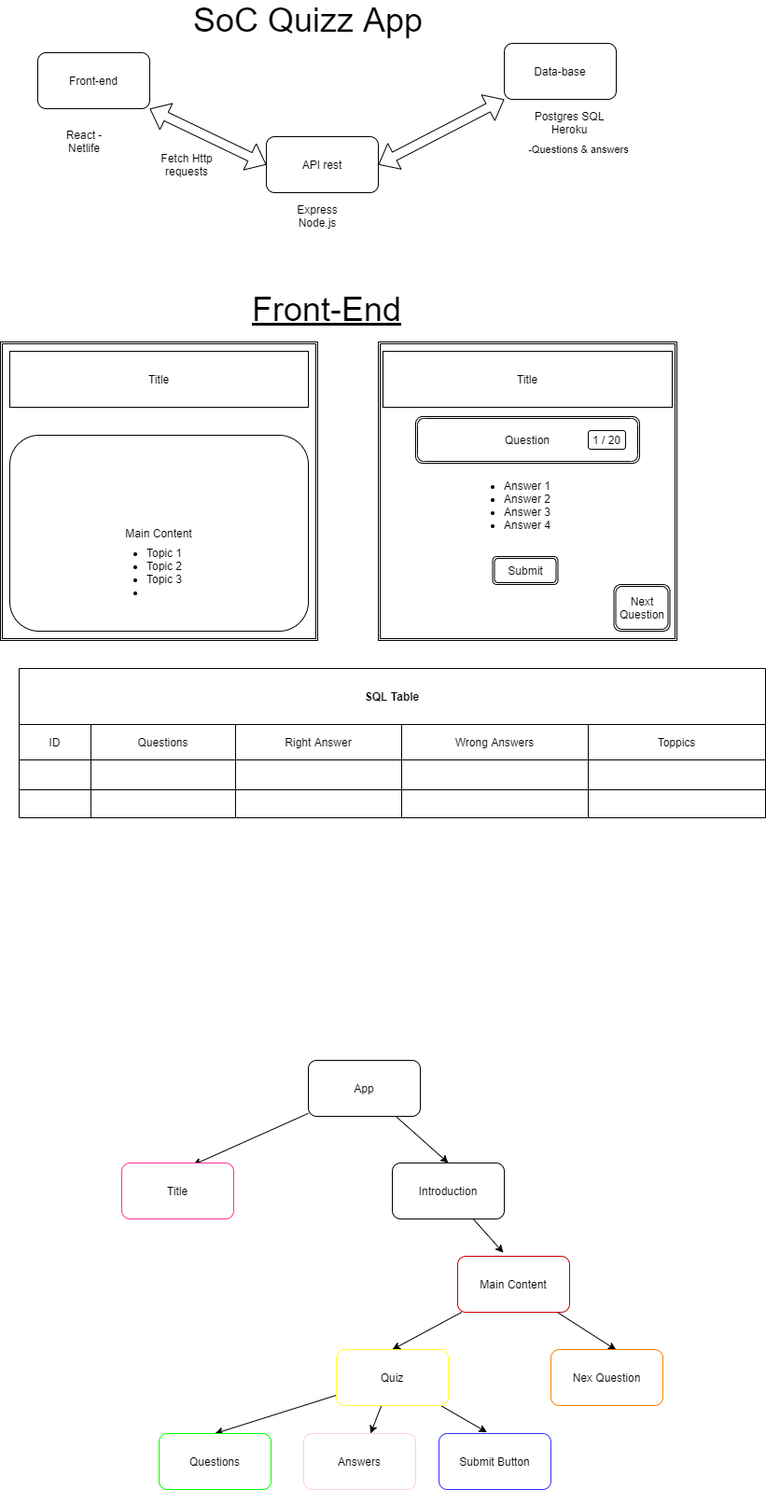
Before: Quizz-diagram.drawio.png, a diagram exported from draw.io (SchoolOfCode/national-project-week-repo-2-the-room-23). Source tidied: cells renumbered, new cells last; positions are measured from the earlier drawing's top-left corner, leaving out a move shared by most shapes.
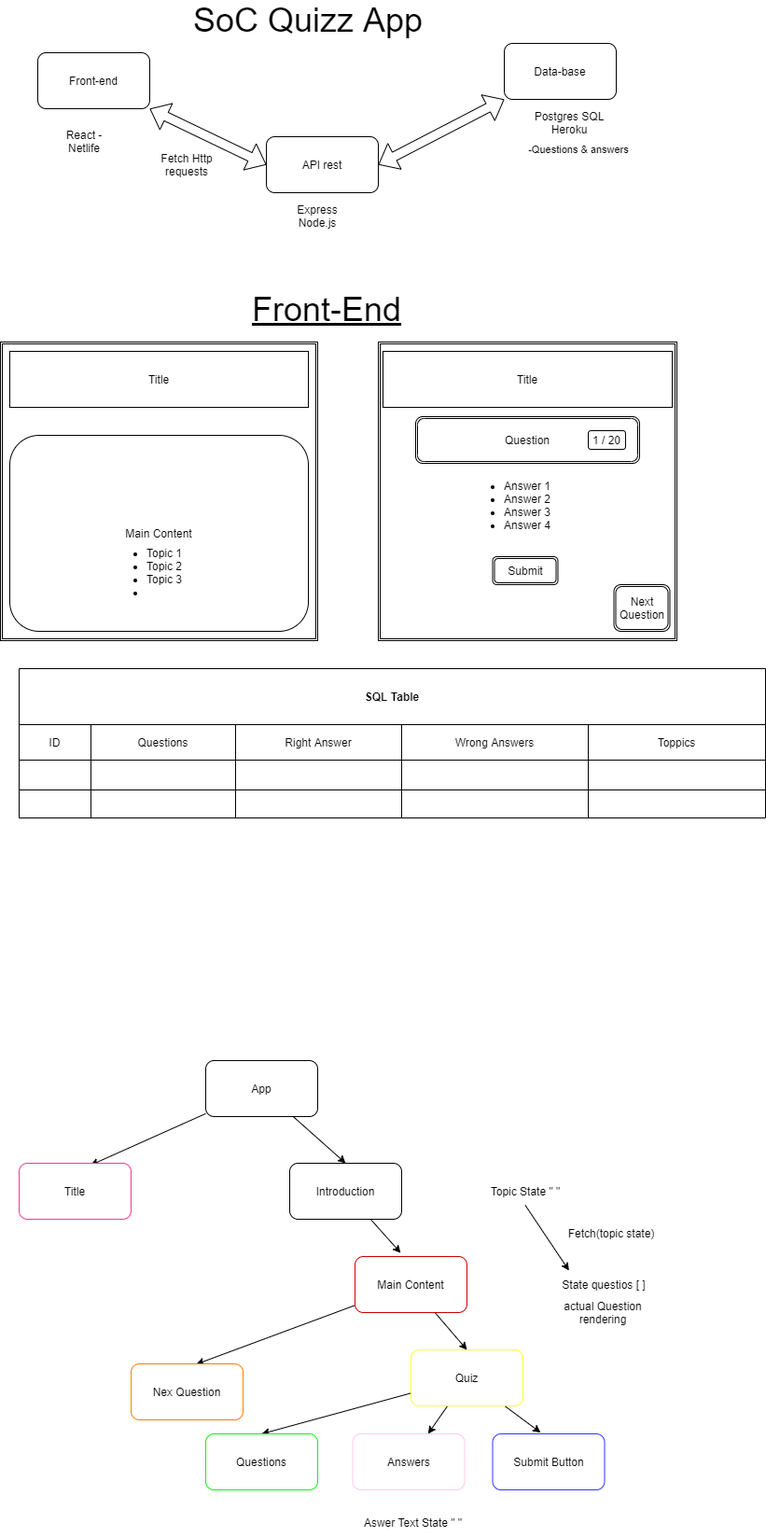
After the change.

Commit message:
logic diagram

What changed in the source:
```diff
@@ -143,16 +143,16 @@
       <mxGeometry relative="1" as="geometry" />
     </mxCell>
     <mxCell id="48" value="App" style="rounded=1;whiteSpace=wrap;html=1;" parent="1" vertex="1">
-      <mxGeometry x="330" y="1130" width="120" height="60" as="geometry" />
+      <mxGeometry x="220" y="1130" width="120" height="60" as="geometry" />
     </mxCell>
     <mxCell id="49" value="Title" style="rounded=1;whiteSpace=wrap;html=1;strokeColor=#FF3399;" parent="1" vertex="1">
-      <mxGeometry x="130" y="1240" width="120" height="60" as="geometry" />
+      <mxGeometry x="20" y="1240" width="120" height="60" as="geometry" />
     </mxCell>
     <mxCell id="50" style="edgeStyle=none;html=1;entryX=0.408;entryY=-0.064;entryDx=0;entryDy=0;entryPerimeter=0;" parent="1" edge="1" source="51" target="54">
       <mxGeometry relative="1" as="geometry" />
     </mxCell>
     <mxCell id="51" value="Introduction" style="rounded=1;whiteSpace=wrap;html=1;" parent="1" vertex="1">
-      <mxGeometry x="420" y="1240" width="120" height="60" as="geometry" />
+      <mxGeometry x="310" y="1240" width="120" height="60" as="geometry" />
     </mxCell>
     <mxCell id="52" style="edgeStyle=none;html=1;entryX=0.5;entryY=0;entryDx=0;entryDy=0;" parent="1" edge="1" source="54" target="58">
       <mxGeometry relative="1" as="geometry" />
@@ -161,7 +161,7 @@
       <mxGeometry relative="1" as="geometry" />
     </mxCell>
     <mxCell id="54" value="Main Content" style="rounded=1;whiteSpace=wrap;html=1;strokeColor=#CC0000;" parent="1" vertex="1">
-      <mxGeometry x="490" y="1340" width="120" height="60" as="geometry" />
+      <mxGeometry x="380" y="1340" width="120" height="60" as="geometry" />
     </mxCell>
     <mxCell id="55" style="edgeStyle=none;html=1;entryX=0.5;entryY=0;entryDx=0;entryDy=0;" parent="1" edge="1" source="58" target="60">
       <mxGeometry relative="1" as="geometry" />
@@ -173,19 +173,37 @@
       <mxGeometry relative="1" as="geometry" />
     </mxCell>
     <mxCell id="58" value="Quiz" style="rounded=1;whiteSpace=wrap;html=1;strokeColor=#FFFF33;" parent="1" vertex="1">
-      <mxGeometry x="360" y="1440" width="120" height="60" as="geometry" />
+      <mxGeometry x="440" y="1440" width="120" height="60" as="geometry" />
     </mxCell>
     <mxCell id="59" value="Nex Question" style="rounded=1;whiteSpace=wrap;html=1;strokeColor=#FF8000;" parent="1" vertex="1">
-      <mxGeometry x="590" y="1440" width="120" height="60" as="geometry" />
+      <mxGeometry x="140" y="1455" width="120" height="60" as="geometry" />
     </mxCell>
     <mxCell id="60" value="Questions" style="rounded=1;whiteSpace=wrap;html=1;strokeColor=#00FF00;" parent="1" vertex="1">
-      <mxGeometry x="170" y="1530" width="120" height="60" as="geometry" />
+      <mxGeometry x="220" y="1530" width="120" height="60" as="geometry" />
     </mxCell>
     <mxCell id="61" value="Answers" style="rounded=1;whiteSpace=wrap;html=1;strokeColor=#FFCCE6;" parent="1" vertex="1">
-      <mxGeometry x="325" y="1530" width="120" height="60" as="geometry" />
+      <mxGeometry x="377.5" y="1530" width="120" height="60" as="geometry" />
     </mxCell>
     <mxCell id="62" value="Submit Button" style="rounded=1;whiteSpace=wrap;html=1;strokeColor=#3333FF;" parent="1" vertex="1">
-      <mxGeometry x="470" y="1530" width="120" height="60" as="geometry" />
+      <mxGeometry x="527.5" y="1530" width="120" height="60" as="geometry" />
     </mxCell>
+    <mxCell id="63" value="Topic State &quot; &quot;" style="text;html=1;strokeColor=none;fillColor=none;align=center;verticalAlign=middle;whiteSpace=wrap;rounded=0;" parent="1" vertex="1">
+      <mxGeometry x="432.5" y="1255" width="260" height="30" as="geometry" />
+    </mxCell>
+    <mxCell id="64" value="State questios [ ]" style="text;html=1;strokeColor=none;fillColor=none;align=center;verticalAlign=middle;whiteSpace=wrap;rounded=0;" parent="1" vertex="1">
+      <mxGeometry x="572.5" y="1355" width="147.5" height="30" as="geometry" />
+    </mxCell>
+    <mxCell id="65" style="endArrow=classic;html=1;entryX=0.25;entryY=0;entryDx=0;entryDy=0;exitX=0.5;exitY=1;exitDx=0;exitDy=0;" parent="1" edge="1" source="63" target="64">
+      <mxGeometry relative="1" as="geometry" />
+    </mxCell>
+    <mxCell id="66" value="Fetch(topic state)" style="text;html=1;strokeColor=none;fillColor=none;align=center;verticalAlign=middle;whiteSpace=wrap;rounded=0;" parent="1" vertex="1">
+      <mxGeometry x="597.5" y="1300" width="113.8" height="30" as="geometry" />
+    </mxCell>
+    <mxCell id="67" value="actual Question rendering" style="text;html=1;strokeColor=none;fillColor=none;align=center;verticalAlign=middle;whiteSpace=wrap;rounded=0;" parent="1" vertex="1">
+      <mxGeometry x="591.2" y="1385" width="110" height="30" as="geometry" />
+    </mxCell>
+    <mxCell id="68" value="Aswer Text State &quot; &quot;" style="text;html=1;strokeColor=none;fillColor=none;align=center;verticalAlign=middle;whiteSpace=wrap;rounded=0;" parent="1" vertex="1">
+      <mxGeometry x="385" y="1610" width="115" height="30" as="geometry" />
+    </mxCell>
   </root>
 </mxGraphModel>
```
